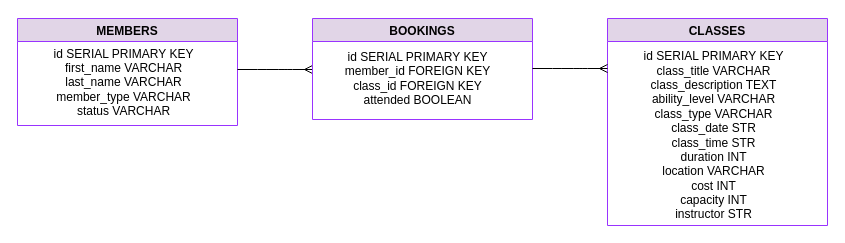
M5FGN/codeclan_project_gymclan keeps this draw.io diagram as diagrams/project_database_diagram.drawio. Above is the earlier version. Source tidied: cells renumbered, new cells numbered last; positions are measured from the earlier drawing's top-left corner, leaving out a move shared by most shapes. Both pictures are drawn from the tidied source at 100%, with x=0, y=0 at pixel (17, 18).
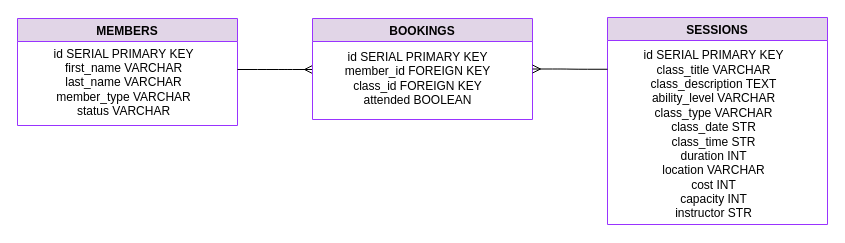
The same diagram, later.

Diff of the diagram source:
```diff
@@
 <mxGraphModel>
   <root>
     <mxCell id="0" />
     <mxCell id="1" parent="0" />
     <mxCell id="2" value="MEMBERS" style="swimlane;fillColor=#e1d5e7;strokeColor=#9933FF;" parent="1" vertex="1">
       <mxGeometry width="220" height="107" as="geometry" />
     </mxCell>
     <mxCell id="3" value="id SERIAL PRIMARY KEY&lt;br&gt;first_name VARCHAR&lt;br&gt;last_name VARCHAR&lt;br&gt;member_type VARCHAR&lt;br&gt;status VARCHAR" style="text;html=1;align=center;verticalAlign=middle;" parent="2" vertex="1">
       <mxGeometry x="26" y="24" width="160" height="80" as="geometry" />
     </mxCell>
     <mxCell id="4" style="edgeStyle=entityRelationEdgeStyle;fontSize=12;html=1;endArrow=ERmany;" parent="1" edge="1">
       <mxGeometry relative="1" as="geometry">
         <mxPoint x="220" y="51" as="sourcePoint" />
         <mxPoint x="295" y="51" as="targetPoint" />
       </mxGeometry>
     </mxCell>
     <mxCell id="5" value="BOOKINGS" style="swimlane;fillColor=#e1d5e7;strokeColor=#9933FF;startSize=23;" parent="1" vertex="1">
       <mxGeometry x="295" width="220" height="101" as="geometry" />
     </mxCell>
     <mxCell id="6" value="id SERIAL PRIMARY KEY&lt;br&gt;member_id FOREIGN KEY&lt;br&gt;class_id FOREIGN KEY&lt;br&gt;attended BOOLEAN" style="text;html=1;align=center;verticalAlign=middle;" parent="5" vertex="1">
       <mxGeometry x="25" y="30" width="160" height="60" as="geometry" />
     </mxCell>
-    <mxCell id="7" value="CLASSES" style="swimlane;fillColor=#e1d5e7;strokeColor=#9933FF;startSize=23;" parent="1" vertex="1">
-      <mxGeometry x="590" width="220" height="207" as="geometry" />
+    <mxCell id="7" value="SESSIONS" style="swimlane;fillColor=#e1d5e7;strokeColor=#9933FF;startSize=23;" parent="1" vertex="1">
+      <mxGeometry x="590" y="-1" width="220" height="207" as="geometry" />
     </mxCell>
     <mxCell id="8" value="id SERIAL PRIMARY KEY&lt;br&gt;class_title VARCHAR&lt;br&gt;class_description TEXT&lt;br&gt;ability_level VARCHAR&lt;br&gt;class_type VARCHAR&lt;br&gt;class_date STR&lt;br&gt;class_time STR&lt;br&gt;duration INT&lt;br&gt;location VARCHAR&lt;br&gt;cost INT&lt;br&gt;capacity INT&lt;br&gt;instructor STR" style="text;html=1;align=center;verticalAlign=middle;" parent="7" vertex="1">
       <mxGeometry x="26" y="32" width="160" height="170" as="geometry" />
     </mxCell>
-    <mxCell id="9" style="edgeStyle=entityRelationEdgeStyle;fontSize=12;html=1;endArrow=ERmany;" parent="1" edge="1">
-      <mxGeometry relative="1" as="geometry">
-        <mxPoint x="515" y="50" as="sourcePoint" />
-        <mxPoint x="590" y="50" as="targetPoint" />
-      </mxGeometry>
+    <mxCell id="9" style="edgeStyle=entityRelationEdgeStyle;fontSize=12;html=1;endArrow=ERmany;exitX=0;exitY=0.25;exitDx=0;exitDy=0;entryX=1;entryY=0.5;entryDx=0;entryDy=0;" parent="1" edge="1" source="7" target="5">
+      <mxGeometry relative="1" as="geometry" />
     </mxCell>
   </root>
 </mxGraphModel>
```
